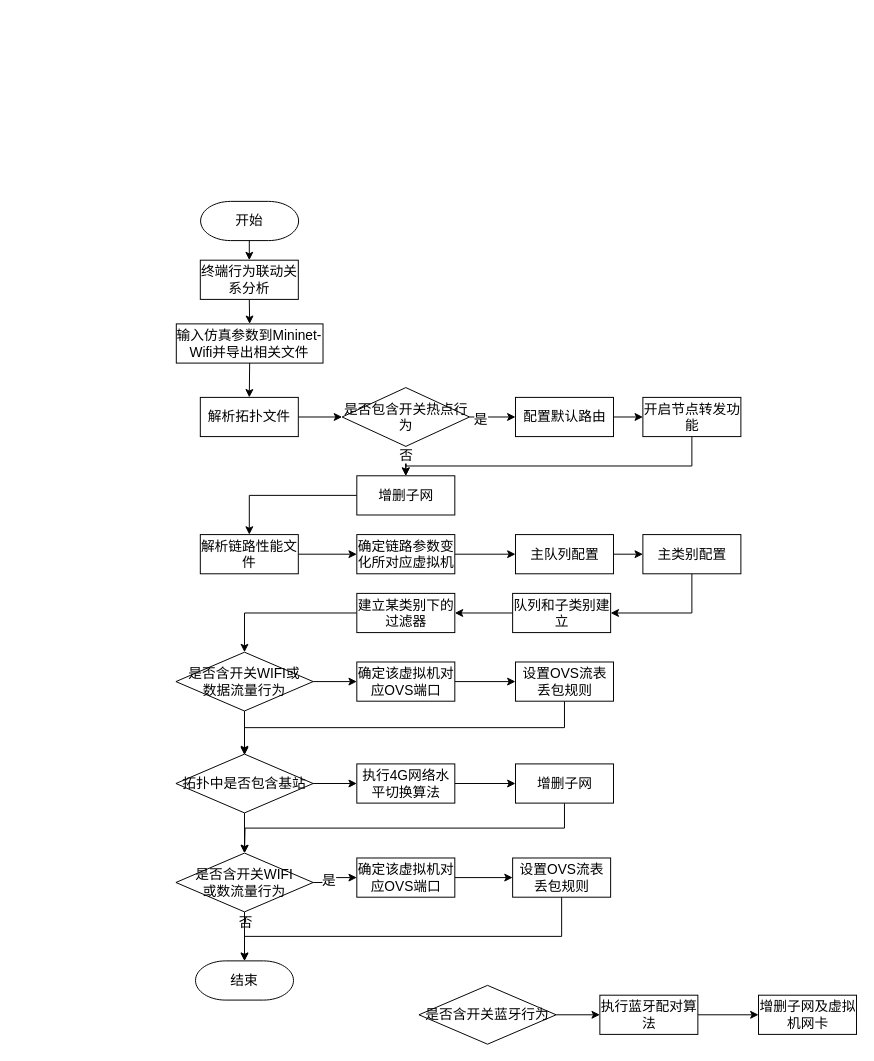
The draw.io diagram page "fq_动态拓扑及链路性能仿真流程图" (12 of 12) of 网络控制技术_流程图.drawio in Icarus1994/neutron_conf, before the edit. Source tidied: cells renumbered, new cells numbered last; positions are measured from the earlier drawing's top-left corner, leaving out a move shared by most shapes. Both pictures are drawn from the tidied source at 98%, with x=0, y=0 at pixel (175, 201).
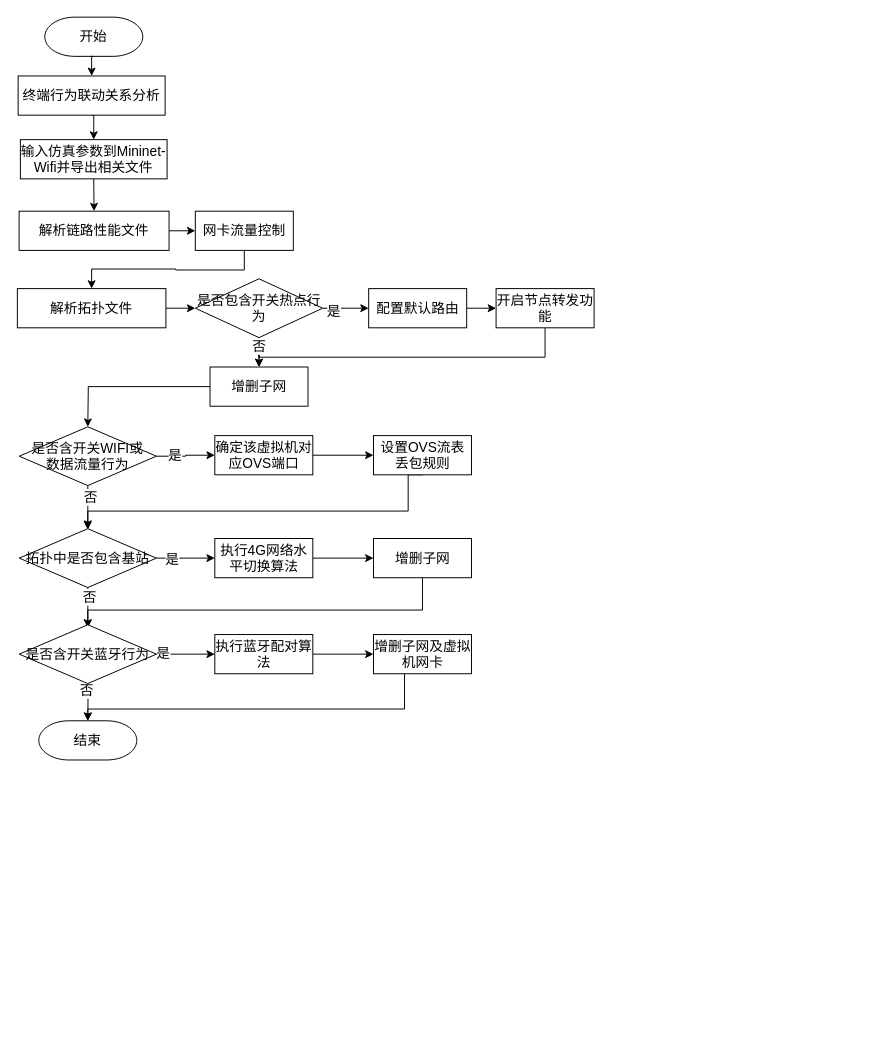
The same page after the edit.

Unchanged cells that the change refers to:
```xml
<mxCell id="12" style="edgeStyle=orthogonalEdgeStyle;rounded=0;jettySize=auto;html=1;exitX=1;exitY=0.5;exitDx=0;exitDy=0;exitPerimeter=0;entryX=0;entryY=0.5;entryDx=0;entryDy=0;startArrow=none;startFill=0;fontSize=14;" parent="1" edge="1" source="14" target="9">
  <mxGeometry relative="1" as="geometry" />
</mxCell>
<mxCell id="15" style="edgeStyle=orthogonalEdgeStyle;rounded=0;jettySize=auto;html=1;exitX=1;exitY=0.5;exitDx=0;exitDy=0;exitPerimeter=0;entryX=0;entryY=0.5;entryDx=0;entryDy=0;startArrow=none;startFill=0;fontSize=14;" parent="1" edge="1" source="17" target="19">
  <mxGeometry relative="1" as="geometry" />
</mxCell>
<mxCell id="60" style="edgeStyle=orthogonalEdgeStyle;rounded=0;jettySize=auto;html=1;exitX=1;exitY=0.5;exitDx=0;exitDy=0;exitPerimeter=0;entryX=0;entryY=0.5;entryDx=0;entryDy=0;startArrow=none;startFill=0;fontSize=14;" parent="1" edge="1" source="61" target="58">
  <mxGeometry relative="1" as="geometry" />
</mxCell>
```

What changed in the source:
```diff
@@
     <mxCell id="2" value="开始" style="strokeWidth=1;html=1;shape=mxgraph.flowchart.terminator;whiteSpace=wrap;fontSize=14;" parent="1" vertex="1">
-      <mxGeometry x="25.2" width="100" height="40" as="geometry" />
+      <mxGeometry x="-133.8" y="-188" width="100" height="40" as="geometry" />
     </mxCell>
+    <mxCell id="62" style="edgeStyle=orthogonalEdgeStyle;rounded=0;jettySize=auto;html=1;exitX=0.5;exitY=1;exitDx=0;exitDy=0;entryX=0.5;entryY=0;entryDx=0;entryDy=0;startArrow=none;startFill=0;fontSize=14;" parent="1" edge="1" source="3" target="36">
+      <mxGeometry relative="1" as="geometry" />
+    </mxCell>
     <mxCell id="3" value="输入仿真参数到Mininet-Wifi并导出相关文件" style="rounded=0;whiteSpace=wrap;html=1;strokeWidth=1;fontSize=14;" parent="1" vertex="1">
-      <mxGeometry x="0.4" y="125" width="149.7" height="40" as="geometry" />
+      <mxGeometry x="-158.7" y="-63" width="149.7" height="40" as="geometry" />
     </mxCell>
-    <mxCell id="4" style="edgeStyle=orthogonalEdgeStyle;rounded=0;jettySize=auto;html=1;exitX=0.5;exitY=1;exitDx=0;exitDy=0;entryX=0.5;entryY=0;entryDx=0;entryDy=0;startArrow=none;startFill=0;fontSize=14;" parent="1" edge="1" source="3" target="23">
-      <mxGeometry relative="1" as="geometry" />
-    </mxCell>
@@
     <mxCell id="6" value="终端行为联动关系分析" style="rounded=0;whiteSpace=wrap;html=1;strokeWidth=1;fontSize=14;" parent="1" vertex="1">
-      <mxGeometry x="24.9" y="60" width="100" height="40" as="geometry" />
+      <mxGeometry x="-161" y="-128" width="150" height="40" as="geometry" />
     </mxCell>
     <mxCell id="7" style="edgeStyle=orthogonalEdgeStyle;rounded=0;jettySize=auto;html=1;exitX=0.5;exitY=1;exitDx=0;exitDy=0;entryX=0.5;entryY=0;entryDx=0;entryDy=0;startArrow=none;startFill=0;fontSize=14;" parent="1" edge="1" target="6">
       <mxGeometry relative="1" as="geometry">
-        <mxPoint x="74.9" y="40" as="sourcePoint" />
+        <mxPoint x="-84.1" y="-148" as="sourcePoint" />
       </mxGeometry>
     </mxCell>
@@
     <mxCell id="9" value="确定该虚拟机对应OVS端口" style="rounded=0;whiteSpace=wrap;html=1;strokeWidth=1;fontSize=14;" parent="1" vertex="1">
-      <mxGeometry x="184.6" y="470" width="100" height="40" as="geometry" />
+      <mxGeometry x="39.7" y="239" width="100" height="40" as="geometry" />
     </mxCell>
     <mxCell id="10" style="edgeStyle=orthogonalEdgeStyle;rounded=0;jettySize=auto;html=1;exitX=0.5;exitY=1;exitDx=0;exitDy=0;entryX=0.5;entryY=0;entryDx=0;entryDy=0;entryPerimeter=0;startArrow=none;startFill=0;fontSize=14;" parent="1" edge="1" source="11" target="17">
-      <mxGeometry relative="1" as="geometry" />
+      <mxGeometry relative="1" as="geometry">
+        <Array as="points">
+          <mxPoint x="237" y="316" />
+          <mxPoint x="-90" y="316" />
+        </Array>
+      </mxGeometry>
     </mxCell>
     <mxCell id="11" value="设置OVS流表丢包规则" style="rounded=0;whiteSpace=wrap;html=1;strokeWidth=1;fontSize=14;" parent="1" vertex="1">
-      <mxGeometry x="346.5" y="470" width="100" height="40" as="geometry" />
+      <mxGeometry x="201.6" y="239" width="100" height="40" as="geometry" />
     </mxCell>
@@
+    <mxCell id="63" value="是" style="edgeLabel;html=1;align=center;verticalAlign=middle;fontSize=14;" parent="12" vertex="1">
+      <mxGeometry x="-0.42" y="2" relative="1" as="geometry" />
+    </mxCell>
     <mxCell id="13" style="edgeStyle=orthogonalEdgeStyle;rounded=0;jettySize=auto;html=1;exitX=0.5;exitY=1;exitDx=0;exitDy=0;exitPerimeter=0;startArrow=none;startFill=0;fontSize=14;" parent="1" edge="1" source="14">
       <mxGeometry relative="1" as="geometry">
-        <mxPoint x="70" y="565" as="targetPoint" />
+        <mxPoint x="-89.9" y="335" as="targetPoint" />
       </mxGeometry>
     </mxCell>
+    <mxCell id="64" value="否" style="edgeLabel;html=1;align=center;verticalAlign=middle;fontSize=14;" parent="13" vertex="1">
+      <mxGeometry x="-0.51" y="2" relative="1" as="geometry" />
+    </mxCell>
     <mxCell id="14" value="&lt;span style=&quot;font-size: 14px&quot;&gt;是否含开关WIFI或&lt;br&gt;数据流量行为&lt;br style=&quot;font-size: 14px&quot;&gt;&lt;/span&gt;" style="strokeWidth=1;html=1;shape=mxgraph.flowchart.decision;whiteSpace=wrap;fontSize=14;" parent="1" vertex="1">
-      <mxGeometry y="460" width="140" height="60" as="geometry" />
+      <mxGeometry x="-159.9" y="230" width="140" height="60" as="geometry" />
     </mxCell>
@@
+    <mxCell id="65" value="是" style="edgeLabel;html=1;align=center;verticalAlign=middle;fontSize=14;" parent="15" vertex="1">
+      <mxGeometry x="-0.51" y="-1" relative="1" as="geometry" />
+    </mxCell>
     <mxCell id="16" style="edgeStyle=orthogonalEdgeStyle;rounded=0;jettySize=auto;html=1;exitX=0.5;exitY=1;exitDx=0;exitDy=0;exitPerimeter=0;startArrow=none;startFill=0;fontSize=14;" parent="1" edge="1" source="17">
       <mxGeometry relative="1" as="geometry">
-        <mxPoint x="70" y="665" as="targetPoint" />
+        <mxPoint x="-89.9" y="435" as="targetPoint" />
       </mxGeometry>
     </mxCell>
+    <mxCell id="66" value="否" style="edgeLabel;html=1;align=center;verticalAlign=middle;fontSize=14;" parent="16" vertex="1">
+      <mxGeometry x="-0.56" y="1" relative="1" as="geometry" />
+    </mxCell>
     <mxCell id="17" value="&lt;span style=&quot;font-size: 14px;&quot;&gt;拓扑中是否包含基站&lt;br style=&quot;font-size: 14px;&quot;&gt;&lt;/span&gt;" style="strokeWidth=1;html=1;shape=mxgraph.flowchart.decision;whiteSpace=wrap;fontSize=14;" parent="1" vertex="1">
-      <mxGeometry y="564" width="140" height="60" as="geometry" />
+      <mxGeometry x="-159.9" y="334" width="140" height="60" as="geometry" />
     </mxCell>
@@
     <mxCell id="19" value="执行4G网络水平切换算法" style="rounded=0;whiteSpace=wrap;html=1;strokeWidth=1;fontSize=14;" parent="1" vertex="1">
-      <mxGeometry x="184.6" y="574" width="100" height="40" as="geometry" />
+      <mxGeometry x="39.7" y="344" width="100" height="40" as="geometry" />
     </mxCell>
     <mxCell id="20" style="edgeStyle=orthogonalEdgeStyle;rounded=0;jettySize=auto;html=1;exitX=0.5;exitY=1;exitDx=0;exitDy=0;entryX=0.5;entryY=0;entryDx=0;entryDy=0;startArrow=none;startFill=0;fontSize=14;" parent="1" edge="1" source="21">
       <mxGeometry relative="1" as="geometry">
-        <mxPoint x="70" y="665" as="targetPoint" />
+        <mxPoint x="-89.9" y="435" as="targetPoint" />
+        <Array as="points">
+          <mxPoint x="252" y="417" />
+          <mxPoint x="-90" y="417" />
+        </Array>
       </mxGeometry>
     </mxCell>
     <mxCell id="21" value="增删子网" style="rounded=0;whiteSpace=wrap;html=1;strokeWidth=1;fontSize=14;" parent="1" vertex="1">
-      <mxGeometry x="346.5" y="574" width="100" height="40" as="geometry" />
+      <mxGeometry x="201.6" y="344" width="100" height="40" as="geometry" />
     </mxCell>
@@
     <mxCell id="23" value="解析拓扑文件" style="rounded=0;whiteSpace=wrap;html=1;strokeWidth=1;fontSize=14;" parent="1" vertex="1">
-      <mxGeometry x="24.9" y="200" width="100" height="40" as="geometry" />
+      <mxGeometry x="-161.8" y="89" width="151.6" height="40" as="geometry" />
     </mxCell>
@@
     <mxCell id="28" value="&lt;span style=&quot;font-size: 14px;&quot;&gt;是否包含开关热点行为&lt;br style=&quot;font-size: 14px;&quot;&gt;&lt;/span&gt;" style="strokeWidth=1;html=1;shape=mxgraph.flowchart.decision;whiteSpace=wrap;fontSize=14;" parent="1" vertex="1">
-      <mxGeometry x="169.6" y="190" width="130" height="60" as="geometry" />
+      <mxGeometry x="19.8" y="79" width="130" height="60" as="geometry" />
     </mxCell>
-    <mxCell id="29" style="edgeStyle=orthogonalEdgeStyle;rounded=0;jettySize=auto;html=1;exitX=0;exitY=0.5;exitDx=0;exitDy=0;entryX=0.5;entryY=0;entryDx=0;entryDy=0;startArrow=none;startFill=0;fontSize=14;" parent="1" edge="1" source="30" target="36">
-      <mxGeometry relative="1" as="geometry" />
+    <mxCell id="29" style="edgeStyle=orthogonalEdgeStyle;rounded=0;jettySize=auto;html=1;exitX=0;exitY=0.5;exitDx=0;exitDy=0;entryX=0.5;entryY=0;entryDx=0;entryDy=0;startArrow=none;startFill=0;fontSize=14;" parent="1" edge="1" source="30">
+      <mxGeometry relative="1" as="geometry">
+        <mxPoint x="-89.9" y="230" as="targetPoint" />
+      </mxGeometry>
     </mxCell>
     <mxCell id="30" value="增删子网" style="rounded=0;whiteSpace=wrap;html=1;strokeWidth=1;fontSize=14;" parent="1" vertex="1">
-      <mxGeometry x="184.6" y="280" width="100" height="40" as="geometry" />
+      <mxGeometry x="34.8" y="169" width="100" height="40" as="geometry" />
     </mxCell>
@@
     <mxCell id="32" value="配置默认路由" style="rounded=0;whiteSpace=wrap;html=1;strokeWidth=1;fontSize=14;" parent="1" vertex="1">
-      <mxGeometry x="346.5" y="200" width="100" height="40" as="geometry" />
+      <mxGeometry x="196.7" y="89" width="100" height="40" as="geometry" />
     </mxCell>
     <mxCell id="33" style="edgeStyle=orthogonalEdgeStyle;rounded=0;jettySize=auto;html=1;exitX=0.5;exitY=1;exitDx=0;exitDy=0;entryX=0.5;entryY=0;entryDx=0;entryDy=0;startArrow=none;startFill=0;fontSize=14;" parent="1" edge="1" source="34" target="30">
       <mxGeometry relative="1" as="geometry">
         <Array as="points">
-          <mxPoint x="527" y="270" />
-          <mxPoint x="235" y="270" />
+          <mxPoint x="377.2" y="159" />
+          <mxPoint x="85.2" y="159" />
         </Array>
       </mxGeometry>
     </mxCell>
     <mxCell id="34" value="开启节点转发功能" style="rounded=0;whiteSpace=wrap;html=1;strokeWidth=1;fontSize=14;" parent="1" vertex="1">
-      <mxGeometry x="476.5" y="200" width="100" height="40" as="geometry" />
+      <mxGeometry x="326.7" y="89" width="100" height="40" as="geometry" />
     </mxCell>
-    <mxCell id="35" style="edgeStyle=orthogonalEdgeStyle;rounded=0;jettySize=auto;html=1;exitX=1;exitY=0.5;exitDx=0;exitDy=0;entryX=0;entryY=0.5;entryDx=0;entryDy=0;startArrow=none;startFill=0;fontSize=14;" parent="1" edge="1" source="36" target="46">
-      <mxGeometry relative="1" as="geometry" />
-    </mxCell>
-    <mxCell id="36" value="解析链路性能文件" style="rounded=0;whiteSpace=wrap;html=1;strokeWidth=1;fontSize=14;" parent="1" vertex="1">
-      <mxGeometry x="24.9" y="340" width="100" height="40" as="geometry" />
-    </mxCell>
-    <mxCell id="37" style="edgeStyle=orthogonalEdgeStyle;rounded=0;jettySize=auto;html=1;exitX=1;exitY=0.5;exitDx=0;exitDy=0;entryX=0;entryY=0.5;entryDx=0;entryDy=0;startArrow=none;startFill=0;fontSize=14;" parent="1" edge="1" source="38" target="40">
-      <mxGeometry relative="1" as="geometry" />
-    </mxCell>
-    <mxCell id="38" value="主队列配置" style="rounded=0;whiteSpace=wrap;html=1;strokeWidth=1;fontSize=14;" parent="1" vertex="1">
-      <mxGeometry x="346.5" y="340" width="100" height="40" as="geometry" />
-    </mxCell>
-    <mxCell id="39" style="edgeStyle=orthogonalEdgeStyle;rounded=0;jettySize=auto;html=1;exitX=0.5;exitY=1;exitDx=0;exitDy=0;entryX=1;entryY=0.5;entryDx=0;entryDy=0;startArrow=none;startFill=0;fontSize=14;" parent="1" edge="1" source="40" target="42">
-      <mxGeometry relative="1" as="geometry" />
-    </mxCell>
-    <mxCell id="40" value="主类别配置" style="rounded=0;whiteSpace=wrap;html=1;strokeWidth=1;fontSize=14;" parent="1" vertex="1">
-      <mxGeometry x="476.5" y="340" width="100" height="40" as="geometry" />
-    </mxCell>
-    <mxCell id="41" style="edgeStyle=orthogonalEdgeStyle;rounded=0;jettySize=auto;html=1;exitX=0;exitY=0.5;exitDx=0;exitDy=0;entryX=1;entryY=0.5;entryDx=0;entryDy=0;startArrow=none;startFill=0;fontSize=14;" parent="1" edge="1" source="42" target="44">
-      <mxGeometry relative="1" as="geometry" />
-    </mxCell>
-    <mxCell id="42" value="队列和子类别建立" style="rounded=0;whiteSpace=wrap;html=1;strokeWidth=1;fontSize=14;" parent="1" vertex="1">
-      <mxGeometry x="343.6" y="400" width="100" height="40" as="geometry" />
-    </mxCell>
-    <mxCell id="43" style="edgeStyle=orthogonalEdgeStyle;rounded=0;jettySize=auto;html=1;exitX=0;exitY=0.5;exitDx=0;exitDy=0;entryX=0.5;entryY=0;entryDx=0;entryDy=0;entryPerimeter=0;startArrow=none;startFill=0;fontSize=14;" parent="1" edge="1" source="44" target="14">
-      <mxGeometry relative="1" as="geometry" />
-    </mxCell>
-    <mxCell id="44" value="建立某类别下的过滤器" style="rounded=0;whiteSpace=wrap;html=1;strokeWidth=1;fontSize=14;" parent="1" vertex="1">
-      <mxGeometry x="184.6" y="400" width="100" height="40" as="geometry" />
-    </mxCell>
-    <mxCell id="45" style="edgeStyle=orthogonalEdgeStyle;rounded=0;jettySize=auto;html=1;exitX=1;exitY=0.5;exitDx=0;exitDy=0;entryX=0;entryY=0.5;entryDx=0;entryDy=0;startArrow=none;startFill=0;fontSize=14;" parent="1" edge="1" source="46" target="38">
-      <mxGeometry relative="1" as="geometry" />
-    </mxCell>
-    <mxCell id="46" value="确定链路参数变化所对应虚拟机" style="rounded=0;whiteSpace=wrap;html=1;strokeWidth=1;fontSize=14;" parent="1" vertex="1">
-      <mxGeometry x="184.6" y="340" width="100" height="40" as="geometry" />
-    </mxCell>
     <mxCell id="47" value="结束" style="strokeWidth=1;html=1;shape=mxgraph.flowchart.terminator;whiteSpace=wrap;fontSize=14;" parent="1" vertex="1">
-      <mxGeometry x="20" y="775" width="100" height="40" as="geometry" />
+      <mxGeometry x="-139.9" y="530" width="100" height="40" as="geometry" />
     </mxCell>
-    <mxCell id="48" style="edgeStyle=orthogonalEdgeStyle;rounded=0;jettySize=auto;html=1;exitX=1;exitY=0.5;exitDx=0;exitDy=0;entryX=0;entryY=0.5;entryDx=0;entryDy=0;startArrow=none;startFill=0;fontSize=14;" parent="1" edge="1" source="49" target="51">
-      <mxGeometry relative="1" as="geometry" />
-    </mxCell>
-    <mxCell id="49" value="确定该虚拟机对应OVS端口" style="rounded=0;whiteSpace=wrap;html=1;strokeWidth=1;fontSize=14;" parent="1" vertex="1">
-      <mxGeometry x="184.6" y="670" width="100" height="40" as="geometry" />
-    </mxCell>
-    <mxCell id="50" style="edgeStyle=orthogonalEdgeStyle;rounded=0;jettySize=auto;html=1;exitX=0.5;exitY=1;exitDx=0;exitDy=0;entryX=0.5;entryY=0;entryDx=0;entryDy=0;entryPerimeter=0;startArrow=none;startFill=0;fontSize=14;" parent="1" edge="1" source="51" target="47">
+    <mxCell id="50" style="edgeStyle=orthogonalEdgeStyle;rounded=0;jettySize=auto;html=1;exitX=0.5;exitY=1;exitDx=0;exitDy=0;entryX=0.5;entryY=0;entryDx=0;entryDy=0;entryPerimeter=0;startArrow=none;startFill=0;fontSize=14;" parent="1" edge="1" target="47">
       <mxGeometry relative="1" as="geometry">
+        <mxPoint x="233.3" y="472" as="sourcePoint" />
         <Array as="points">
-          <mxPoint x="394" y="750" />
-          <mxPoint x="70" y="750" />
+          <mxPoint x="233" y="518" />
+          <mxPoint x="-90" y="518" />
         </Array>
       </mxGeometry>
     </mxCell>
-    <mxCell id="51" value="设置OVS流表丢包规则" style="rounded=0;whiteSpace=wrap;html=1;strokeWidth=1;fontSize=14;" parent="1" vertex="1">
-      <mxGeometry x="343.6" y="670" width="100" height="40" as="geometry" />
-    </mxCell>
-    <mxCell id="52" style="edgeStyle=orthogonalEdgeStyle;rounded=0;jettySize=auto;html=1;exitX=1;exitY=0.5;exitDx=0;exitDy=0;exitPerimeter=0;entryX=0;entryY=0.5;entryDx=0;entryDy=0;startArrow=none;startFill=0;fontSize=14;" parent="1" edge="1" source="56" target="49">
-      <mxGeometry relative="1" as="geometry" />
-    </mxCell>
-    <mxCell id="53" value="是" style="edgeLabel;html=1;align=center;verticalAlign=middle;fontSize=14;" parent="52" vertex="1">
-      <mxGeometry x="-0.41" y="3" relative="1" as="geometry" />
-    </mxCell>
-    <mxCell id="54" value="否" style="edgeLabel;html=1;align=center;verticalAlign=middle;fontSize=14;" parent="1" vertex="1">
-      <mxGeometry x="70" y="735" as="geometry" />
-    </mxCell>
-    <mxCell id="55" style="edgeStyle=orthogonalEdgeStyle;rounded=0;jettySize=auto;html=1;exitX=0.5;exitY=1;exitDx=0;exitDy=0;exitPerimeter=0;entryX=0.5;entryY=0;entryDx=0;entryDy=0;entryPerimeter=0;startArrow=none;startFill=0;fontSize=14;" parent="1" edge="1" source="56" target="47">
-      <mxGeometry relative="1" as="geometry" />
+    <mxCell id="55" style="edgeStyle=orthogonalEdgeStyle;rounded=0;jettySize=auto;html=1;exitX=0.5;exitY=1;exitDx=0;exitDy=0;exitPerimeter=0;entryX=0.5;entryY=0;entryDx=0;entryDy=0;entryPerimeter=0;startArrow=none;startFill=0;fontSize=14;" parent="1" edge="1" target="47">
+      <mxGeometry relative="1" as="geometry">
+        <mxPoint x="-90.2" y="487" as="sourcePoint" />
+      </mxGeometry>
     </mxCell>
-    <mxCell id="56" value="&lt;span style=&quot;font-size: 14px&quot;&gt;是否含开关WIFI&lt;br&gt;或数流量行为&lt;br style=&quot;font-size: 14px&quot;&gt;&lt;/span&gt;" style="strokeWidth=1;html=1;shape=mxgraph.flowchart.decision;whiteSpace=wrap;fontSize=14;" parent="1" vertex="1">
-      <mxGeometry y="665" width="140" height="60" as="geometry" />
-    </mxCell>
+    <mxCell id="67" value="否" style="edgeLabel;html=1;align=center;verticalAlign=middle;fontSize=14;" parent="55" vertex="1">
+      <mxGeometry x="-0.48" y="-2" relative="1" as="geometry" />
+    </mxCell>
@@
     <mxCell id="58" value="执行蓝牙配对算法" style="rounded=0;whiteSpace=wrap;html=1;strokeWidth=1;fontSize=14;" parent="1" vertex="1">
-      <mxGeometry x="432.6" y="810" width="100" height="40" as="geometry" />
+      <mxGeometry x="39.7" y="442" width="100" height="40" as="geometry" />
     </mxCell>
     <mxCell id="59" value="增删子网及虚拟机网卡" style="rounded=0;whiteSpace=wrap;html=1;strokeWidth=1;fontSize=14;" parent="1" vertex="1">
-      <mxGeometry x="594.5" y="810" width="100" height="40" as="geometry" />
+      <mxGeometry x="201.6" y="442" width="100" height="40" as="geometry" />
     </mxCell>
@@
+    <mxCell id="68" value="是" style="edgeLabel;html=1;align=center;verticalAlign=middle;fontSize=14;" parent="60" vertex="1">
+      <mxGeometry x="-0.8" y="2" relative="1" as="geometry" />
+    </mxCell>
     <mxCell id="61" value="&lt;span style=&quot;font-size: 14px&quot;&gt;是否含开关蓝牙行为&lt;br style=&quot;font-size: 14px&quot;&gt;&lt;/span&gt;" style="strokeWidth=1;html=1;shape=mxgraph.flowchart.decision;whiteSpace=wrap;fontSize=14;" parent="1" vertex="1">
-      <mxGeometry x="248" y="800" width="140" height="60" as="geometry" />
+      <mxGeometry x="-159.9" y="432" width="140" height="60" as="geometry" />
     </mxCell>
+    <mxCell id="69" style="edgeStyle=orthogonalEdgeStyle;rounded=0;jettySize=auto;html=1;exitX=1;exitY=0.5;exitDx=0;exitDy=0;entryX=0;entryY=0.5;entryDx=0;entryDy=0;startArrow=none;startFill=0;fontSize=14;" parent="1" edge="1" source="36">
+      <mxGeometry relative="1" as="geometry">
+        <mxPoint x="19.8" y="30" as="targetPoint" />
+      </mxGeometry>
+    </mxCell>
+    <mxCell id="36" value="解析链路性能文件" style="rounded=0;whiteSpace=wrap;html=1;strokeWidth=1;fontSize=14;" parent="1" vertex="1">
+      <mxGeometry x="-160" y="10" width="153" height="40" as="geometry" />
+    </mxCell>
+    <mxCell id="70" style="edgeStyle=orthogonalEdgeStyle;rounded=0;jettySize=auto;html=1;exitX=0.5;exitY=1;exitDx=0;exitDy=0;entryX=0.5;entryY=0;entryDx=0;entryDy=0;startArrow=none;startFill=0;fontSize=14;" parent="1" edge="1" source="71" target="23">
+      <mxGeometry relative="1" as="geometry" />
+    </mxCell>
+    <mxCell id="71" value="网卡流量控制" style="rounded=0;whiteSpace=wrap;html=1;strokeWidth=1;fontSize=14;" parent="1" vertex="1">
+      <mxGeometry x="19.8" y="10" width="100" height="40" as="geometry" />
+    </mxCell>
```
